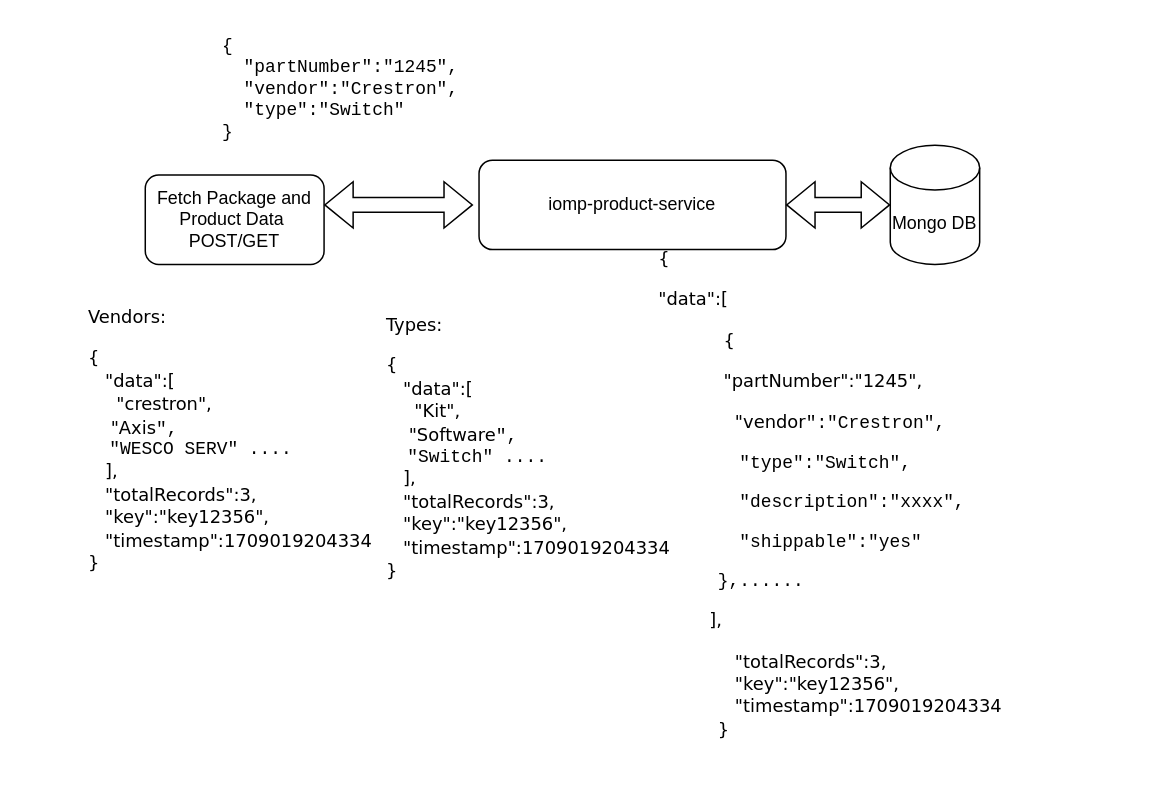
wesco-chandanabuduru/common-entities keeps this draw.io diagram as Orders Configurations.drawio. Above is the earlier version. Source tidied: cells renumbered, new cells numbered last; positions are measured from the earlier drawing's top-left corner, leaving out a move shared by most shapes. Both pictures are drawn from the tidied source at 149%, with x=0, y=0 at pixel (25, 25).
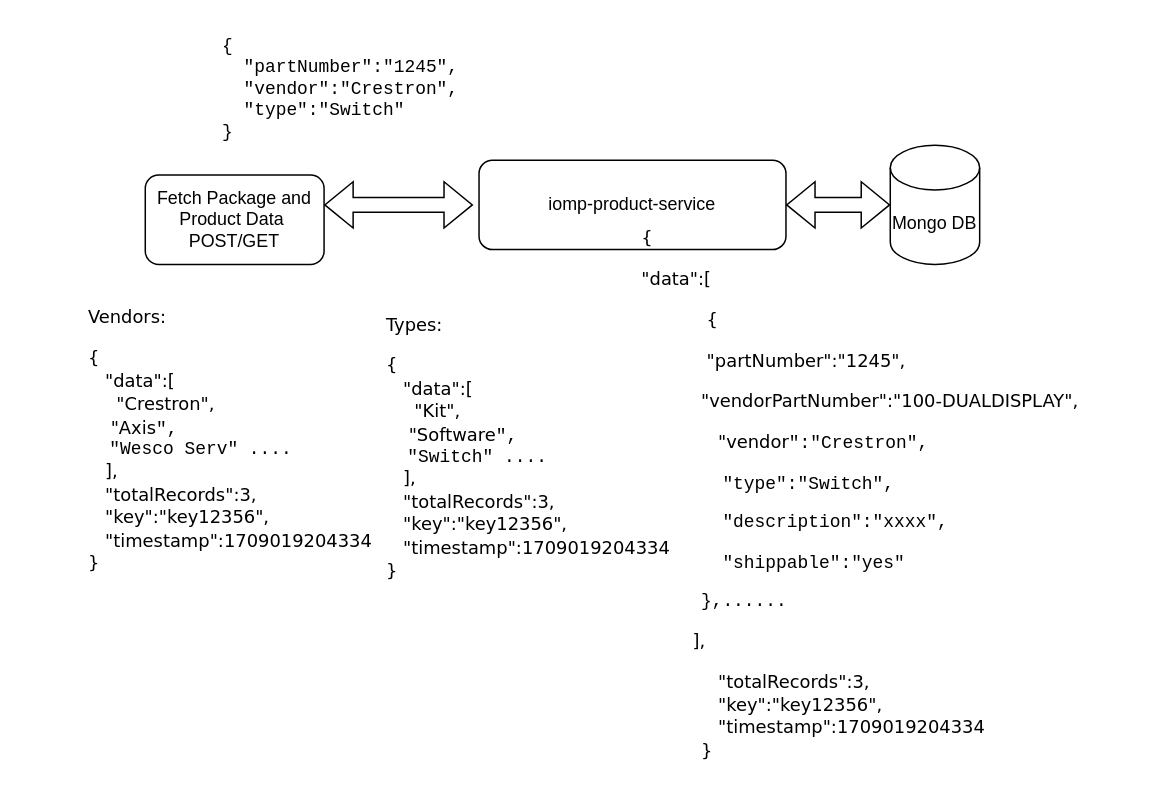
Above is the later version.

What changed in the source:
```diff
@@
 <mxGraphModel>
   <root>
     <mxCell id="0" />
     <mxCell id="1" parent="0" />
     <mxCell id="2" value="Fetch Package and Product Data&amp;nbsp;&lt;div&gt;POST/GET&lt;/div&gt;" style="rounded=1;whiteSpace=wrap;html=1;" parent="1" vertex="1">
       <mxGeometry x="80" y="100" width="120" height="60" as="geometry" />
     </mxCell>
     <mxCell id="3" style="rounded=1;whiteSpace=wrap;html=1;" parent="1" vertex="1">
       <mxGeometry x="304" y="90" width="206" height="60" as="geometry" />
     </mxCell>
     <mxCell id="4" value="iomp-product-service" style="text;html=1;align=center;verticalAlign=middle;whiteSpace=wrap;rounded=0;" parent="1" vertex="1">
       <mxGeometry x="337" y="107.5" width="140" height="25" as="geometry" />
     </mxCell>
     <mxCell id="5" style="shape=flexArrow;endArrow=classic;startArrow=classic;html=1;rounded=0;" parent="1" edge="1">
       <mxGeometry relative="1" as="geometry">
         <mxPoint x="200" y="120" as="sourcePoint" />
         <mxPoint x="300" y="120" as="targetPoint" />
       </mxGeometry>
     </mxCell>
     <mxCell id="6" style="shape=flexArrow;endArrow=classic;startArrow=classic;html=1;rounded=0;" parent="1" edge="1">
       <mxGeometry relative="1" as="geometry">
         <mxPoint x="510" y="120" as="sourcePoint" />
         <mxPoint x="580" y="120" as="targetPoint" />
       </mxGeometry>
     </mxCell>
     <mxCell id="7" value="Mongo DB" style="shape=cylinder3;whiteSpace=wrap;html=1;boundedLbl=1;backgroundOutline=1;size=15;" parent="1" vertex="1">
       <mxGeometry x="580" y="80" width="60" height="80" as="geometry" />
     </mxCell>
     <mxCell id="8" value="&lt;pre style=&quot;margin-top: 0px;&quot;&gt;{&lt;br&gt;  &quot;partNumber&quot;:&quot;1245&quot;,&lt;br&gt;  &quot;vendor&quot;:&quot;Crestron&quot;,&lt;br&gt;  &quot;type&quot;:&quot;Switch&quot;&lt;br&gt;}&lt;/pre&gt;" style="text;html=1;whiteSpace=wrap;overflow=hidden;rounded=0;align=left;" parent="1" vertex="1">
       <mxGeometry x="130" width="280" height="80" as="geometry" />
     </mxCell>
-    <mxCell id="9" value="&lt;pre style=&quot;margin-top: 0px;&quot;&gt;&lt;pre&gt;&lt;blockquote&gt;&lt;font face=&quot;Verdana&quot;&gt;Vendors:&lt;/font&gt;&lt;/blockquote&gt;&lt;blockquote&gt;&lt;font face=&quot;Verdana&quot;&gt;{&lt;br&gt;&lt;/font&gt;&lt;font face=&quot;Verdana&quot;&gt;   &quot;data&quot;:[&lt;br&gt;&lt;/font&gt;&lt;font face=&quot;Verdana&quot;&gt;     &quot;crestron&quot;,&lt;br&gt;&lt;/font&gt;&lt;font face=&quot;Verdana&quot;&gt;    &quot;Axis&lt;/font&gt;&quot;,&lt;br&gt;  &quot;WESCO SERV&quot; ....&lt;br&gt;&lt;font face=&quot;Verdana&quot;&gt;   ],&lt;br&gt;&lt;/font&gt;&lt;font face=&quot;Verdana&quot;&gt;   &quot;totalRecords&quot;:3,&lt;br&gt;&lt;/font&gt;&lt;font face=&quot;Verdana&quot;&gt;   &quot;key&quot;:&quot;key12356&quot;,&lt;br&gt;&lt;/font&gt;&lt;font face=&quot;Verdana&quot;&gt;   &quot;timestamp&quot;:1709019204334&lt;br&gt;&lt;/font&gt;&lt;font face=&quot;Verdana&quot;&gt;}&lt;/font&gt;&lt;/blockquote&gt;&lt;/pre&gt;&lt;/pre&gt;" style="text;html=1;whiteSpace=wrap;overflow=hidden;rounded=0;align=left;" parent="1" vertex="1">
+    <mxCell id="9" value="&lt;pre style=&quot;margin-top: 0px;&quot;&gt;&lt;pre&gt;&lt;blockquote&gt;&lt;font face=&quot;Verdana&quot;&gt;Vendors:&lt;/font&gt;&lt;/blockquote&gt;&lt;blockquote&gt;&lt;font face=&quot;Verdana&quot;&gt;{&lt;br&gt;&lt;/font&gt;&lt;font face=&quot;Verdana&quot;&gt;   &quot;data&quot;:[&lt;br&gt;&lt;/font&gt;&lt;font face=&quot;Verdana&quot;&gt;     &quot;Crestron&quot;,&lt;br&gt;&lt;/font&gt;&lt;font face=&quot;Verdana&quot;&gt;    &quot;Axis&lt;/font&gt;&quot;,&lt;br&gt;  &quot;Wesco Serv&quot; ....&lt;br&gt;&lt;font face=&quot;Verdana&quot;&gt;   ],&lt;br&gt;&lt;/font&gt;&lt;font face=&quot;Verdana&quot;&gt;   &quot;totalRecords&quot;:3,&lt;br&gt;&lt;/font&gt;&lt;font face=&quot;Verdana&quot;&gt;   &quot;key&quot;:&quot;key12356&quot;,&lt;br&gt;&lt;/font&gt;&lt;font face=&quot;Verdana&quot;&gt;   &quot;timestamp&quot;:1709019204334&lt;br&gt;&lt;/font&gt;&lt;font face=&quot;Verdana&quot;&gt;}&lt;/font&gt;&lt;/blockquote&gt;&lt;/pre&gt;&lt;/pre&gt;" style="text;html=1;whiteSpace=wrap;overflow=hidden;rounded=0;align=left;" parent="1" vertex="1">
       <mxGeometry y="170" width="250" height="220" as="geometry" />
     </mxCell>
     <mxCell id="10" value="&lt;pre style=&quot;margin-top: 0px;&quot;&gt;&lt;pre&gt;&lt;blockquote&gt;&lt;font face=&quot;Verdana&quot;&gt;Types:&lt;/font&gt;&lt;/blockquote&gt;&lt;blockquote&gt;&lt;font face=&quot;Verdana&quot;&gt;{&lt;br&gt;&lt;/font&gt;&lt;font face=&quot;Verdana&quot;&gt;   &quot;data&quot;:[&lt;br&gt;&lt;/font&gt;&lt;font face=&quot;Verdana&quot;&gt;     &quot;Kit&quot;,&lt;br&gt;&lt;/font&gt;&lt;font face=&quot;Verdana&quot;&gt;    &quot;Software&lt;/font&gt;&quot;,&lt;br&gt;  &quot;Switch&quot; ....&lt;br&gt;&lt;font face=&quot;Verdana&quot;&gt;   ],&lt;br&gt;&lt;/font&gt;&lt;font face=&quot;Verdana&quot;&gt;   &quot;totalRecords&quot;:3,&lt;br&gt;&lt;/font&gt;&lt;font face=&quot;Verdana&quot;&gt;   &quot;key&quot;:&quot;key12356&quot;,&lt;br&gt;&lt;/font&gt;&lt;font face=&quot;Verdana&quot;&gt;   &quot;timestamp&quot;:1709019204334&lt;br&gt;&lt;/font&gt;&lt;font face=&quot;Verdana&quot;&gt;}&lt;/font&gt;&lt;/blockquote&gt;&lt;/pre&gt;&lt;/pre&gt;" style="text;html=1;whiteSpace=wrap;overflow=hidden;rounded=0;align=left;" parent="1" vertex="1">
       <mxGeometry x="200" y="175" width="250" height="195" as="geometry" />
     </mxCell>
-    <mxCell id="11" value="&lt;pre style=&quot;text-align: left;&quot;&gt;&lt;blockquote&gt;&lt;span style=&quot;font-family: Verdana; background-color: initial; white-space: normal;&quot;&gt;{&lt;/span&gt;&lt;/blockquote&gt;&lt;blockquote&gt;&lt;font face=&quot;Verdana&quot;&gt;&quot;data&quot;:[&lt;/font&gt;&lt;/blockquote&gt;&lt;/pre&gt;&lt;blockquote style=&quot;margin: 0 0 0 40px; border: none; padding: 0px;&quot;&gt;&lt;pre style=&quot;text-align: left;&quot;&gt;&lt;blockquote&gt;&lt;font face=&quot;Verdana&quot;&gt; { &lt;/font&gt;&lt;span style=&quot;font-family: Verdana; background-color: initial; white-space: normal;&quot;&gt;&amp;nbsp; &amp;nbsp; &amp;nbsp; &amp;nbsp;&amp;nbsp;&lt;/span&gt;&lt;/blockquote&gt;&lt;blockquote&gt;&lt;span style=&quot;font-family: Verdana; background-color: initial; white-space: normal;&quot;&gt;&amp;nbsp;&quot;partNumber&quot;:&quot;1245&quot;,&lt;/span&gt;&lt;/blockquote&gt;&lt;/pre&gt;&lt;pre style=&quot;text-align: left;&quot;&gt;&lt;blockquote&gt;&lt;font face=&quot;Verdana&quot;&gt;   &quot;vendor&lt;/font&gt;&quot;:&quot;Crestron&quot;,&lt;/blockquote&gt;&lt;/pre&gt;&lt;pre style=&quot;text-align: left;&quot;&gt;&lt;blockquote&gt;  &quot;type&quot;:&quot;Switch&quot;,&lt;/blockquote&gt;&lt;/pre&gt;&lt;pre style=&quot;text-align: left;&quot;&gt;&lt;blockquote&gt;  &quot;description&quot;:&quot;xxxx&quot;,&lt;/blockquote&gt;&lt;/pre&gt;&lt;pre style=&quot;text-align: left;&quot;&gt;&lt;blockquote&gt;  &quot;shippable&quot;:&quot;yes&quot;&lt;/blockquote&gt;&lt;/pre&gt;&lt;pre style=&quot;text-align: left;&quot;&gt;&lt;blockquote&gt;},......&lt;/blockquote&gt;&lt;/pre&gt;&lt;/blockquote&gt;&lt;pre style=&quot;text-align: left;&quot;&gt;&lt;blockquote&gt;&lt;font face=&quot;Verdana&quot;&gt;         ],&lt;br&gt;&lt;/font&gt;&lt;blockquote&gt;&lt;font face=&quot;Verdana&quot;&gt;   &quot;totalRecords&quot;:3,&lt;br&gt;&lt;/font&gt;&lt;font face=&quot;Verdana&quot;&gt;   &quot;key&quot;:&quot;key12356&quot;,&lt;br&gt;&lt;/font&gt;&lt;font face=&quot;Verdana&quot;&gt;   &quot;timestamp&quot;:1709019204334&lt;br&gt;&lt;/font&gt;&lt;font face=&quot;Verdana&quot;&gt;}&lt;/font&gt;&lt;/blockquote&gt;&lt;/blockquote&gt;&lt;/pre&gt;" style="text;html=1;align=center;verticalAlign=middle;whiteSpace=wrap;rounded=0;" parent="1" vertex="1">
+    <mxCell id="11" value="&lt;pre style=&quot;text-align: left;&quot;&gt;&lt;blockquote&gt;&lt;span style=&quot;font-family: Verdana; background-color: initial; white-space: normal;&quot;&gt;{&lt;/span&gt;&lt;/blockquote&gt;&lt;blockquote&gt;&lt;font face=&quot;Verdana&quot;&gt;&quot;data&quot;:[&lt;/font&gt;&lt;/blockquote&gt;&lt;/pre&gt;&lt;blockquote style=&quot;margin: 0 0 0 40px; border: none; padding: 0px;&quot;&gt;&lt;pre style=&quot;text-align: left;&quot;&gt;&lt;blockquote&gt;&lt;font face=&quot;Verdana&quot;&gt; { &lt;/font&gt;&lt;span style=&quot;font-family: Verdana; background-color: initial; white-space: normal;&quot;&gt;&amp;nbsp; &amp;nbsp; &amp;nbsp; &amp;nbsp;&amp;nbsp;&lt;/span&gt;&lt;/blockquote&gt;&lt;blockquote&gt;&lt;span style=&quot;font-family: Verdana; background-color: initial; white-space: normal;&quot;&gt;&amp;nbsp;&quot;partNumber&quot;:&quot;1245&quot;,&lt;/span&gt;&lt;/blockquote&gt;&lt;blockquote&gt;&lt;pre style=&quot;margin: 0cm 0cm 0.0001pt; font-size: 10pt; font-family: &amp;quot;Courier New&amp;quot;; background-image: initial; background-position: initial; background-size: initial; background-repeat: initial; background-attachment: initial; background-origin: initial; background-clip: initial;&quot;&gt;&lt;span style=&quot;font-size: 9pt; font-family: Verdana, sans-serif;&quot;&gt;&quot;vendorPartNumber&quot;:&quot;100-DUALDISPLAY&quot;,&lt;/span&gt;&lt;span style=&quot;font-size: 9pt;&quot;&gt;&lt;/span&gt;&lt;/pre&gt;&lt;/blockquote&gt;&lt;/pre&gt;&lt;pre style=&quot;text-align: left;&quot;&gt;&lt;blockquote&gt;&lt;font face=&quot;Verdana&quot;&gt;   &quot;vendor&lt;/font&gt;&quot;:&quot;Crestron&quot;,&lt;/blockquote&gt;&lt;/pre&gt;&lt;pre style=&quot;text-align: left;&quot;&gt;&lt;blockquote&gt;  &quot;type&quot;:&quot;Switch&quot;,&lt;/blockquote&gt;&lt;/pre&gt;&lt;pre style=&quot;text-align: left;&quot;&gt;&lt;blockquote&gt;  &quot;description&quot;:&quot;xxxx&quot;,&lt;/blockquote&gt;&lt;/pre&gt;&lt;pre style=&quot;text-align: left;&quot;&gt;&lt;blockquote&gt;  &quot;shippable&quot;:&quot;yes&quot;&lt;/blockquote&gt;&lt;/pre&gt;&lt;pre style=&quot;text-align: left;&quot;&gt;&lt;blockquote&gt;},......&lt;/blockquote&gt;&lt;/pre&gt;&lt;/blockquote&gt;&lt;pre style=&quot;text-align: left;&quot;&gt;&lt;blockquote&gt;&lt;font face=&quot;Verdana&quot;&gt;         ],&lt;br&gt;&lt;/font&gt;&lt;blockquote&gt;&lt;font face=&quot;Verdana&quot;&gt;   &quot;totalRecords&quot;:3,&lt;br&gt;&lt;/font&gt;&lt;font face=&quot;Verdana&quot;&gt;   &quot;key&quot;:&quot;key12356&quot;,&lt;br&gt;&lt;/font&gt;&lt;font face=&quot;Verdana&quot;&gt;   &quot;timestamp&quot;:1709019204334&lt;br&gt;&lt;/font&gt;&lt;font face=&quot;Verdana&quot;&gt;}&lt;/font&gt;&lt;/blockquote&gt;&lt;/blockquote&gt;&lt;/pre&gt;" style="text;html=1;align=center;verticalAlign=middle;whiteSpace=wrap;rounded=0;" parent="1" vertex="1">
       <mxGeometry x="440" y="220" width="240" height="190" as="geometry" />
     </mxCell>
   </root>
 </mxGraphModel>
```
